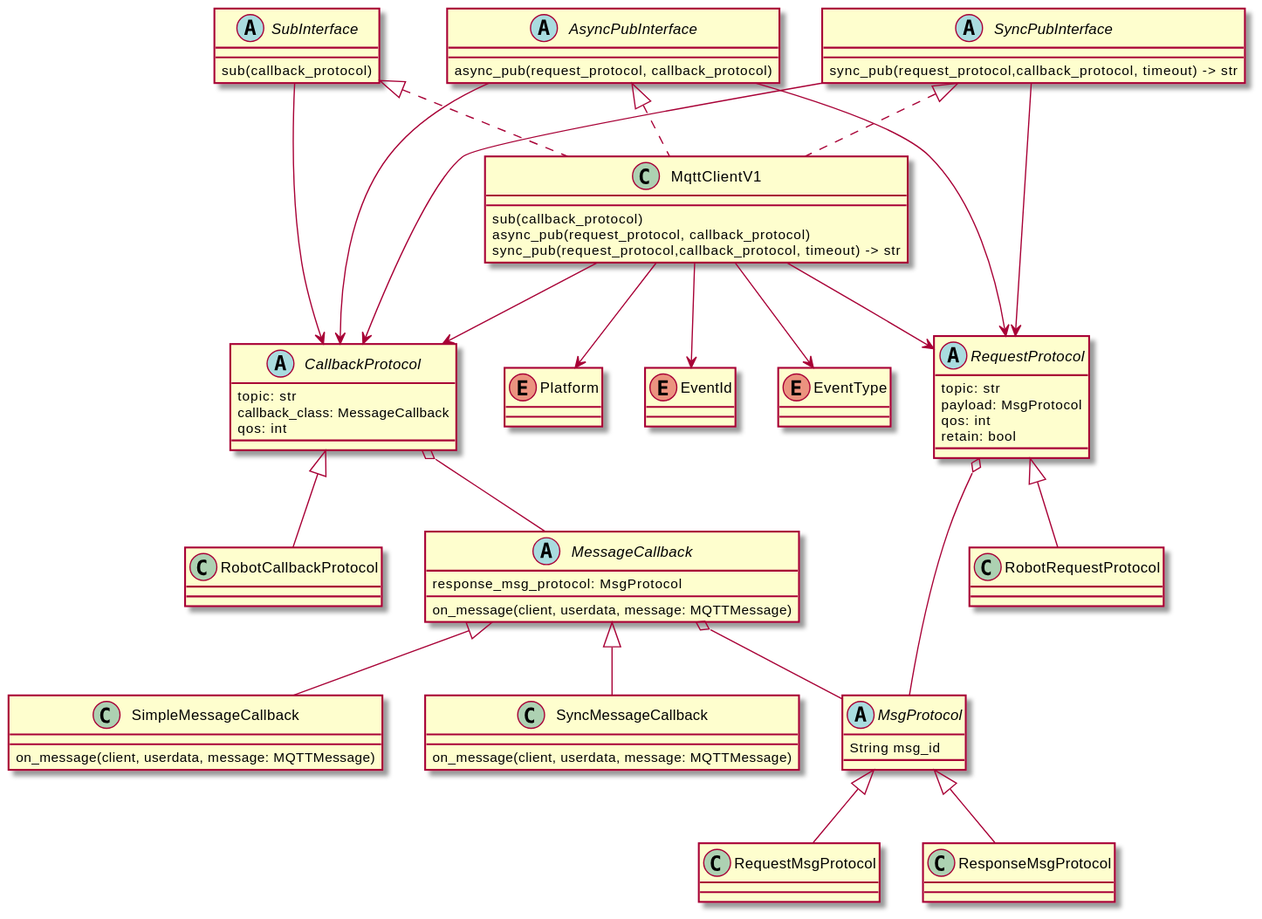
This is autopack/autopack_mqtt.svg from Grapeskin/python-learn, a PlantUML export, as it was before one commit.
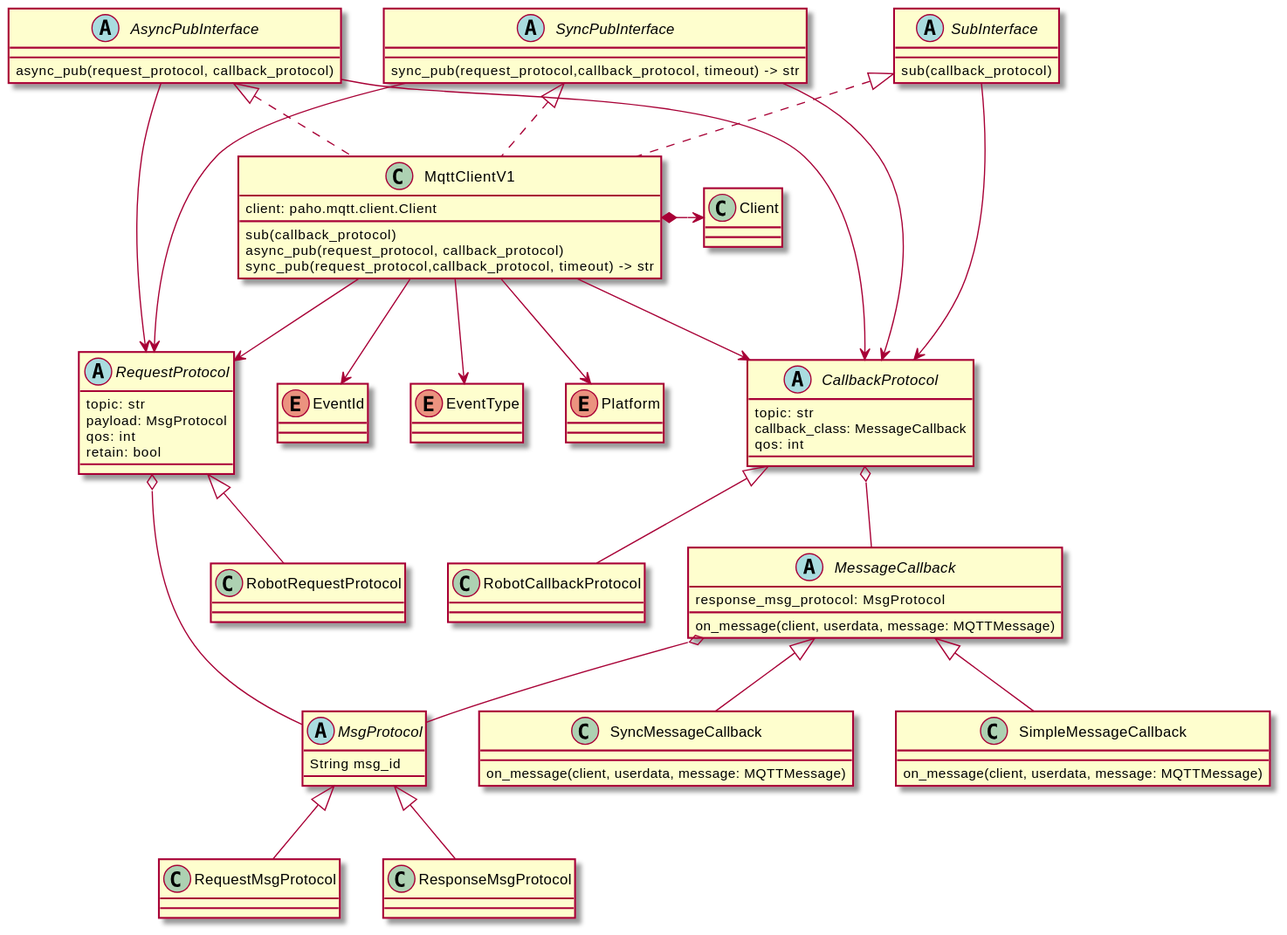
After the change.

Commit message:
feat: mqtt sdk设计

Diff of the diagram source:
```diff
@@ -2,6 +2,8 @@
 enum Platform
 enum EventId
 enum EventType
+
+class Client
 
 abstract class MessageCallback{
     response_msg_protocol: MsgProtocol
@@ -62,11 +64,13 @@
 SyncPubInterface --> CallbackProtocol
 
 class MqttClientV1 implements SubInterface, AsyncPubInterface, SyncPubInterface{
+    client: paho.mqtt.client.Client
     sub(callback_protocol)
     async_pub(request_protocol, callback_protocol)
     sync_pub(request_protocol,callback_protocol, timeout) -> str
 }
 
+MqttClientV1 *-> Client
 MqttClientV1 --> Platform
 MqttClientV1 --> EventId
 MqttClientV1 --> EventType
```
